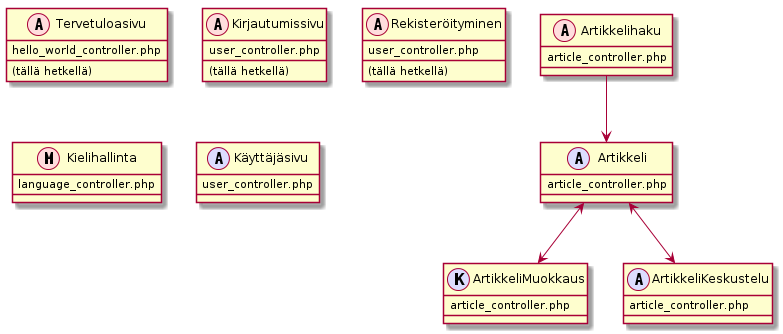
Earlier version of the PlantUML export doc/imgs/kjkmp.png (Hansuzu/Tsoha-Bootstrap). Source of this version:
```plantuml
@startuml



class Tervetuloasivu << (A,#FFDDDD) >> {
    hello_world_controller.php
    (tällä hetkellä)
}

class Kirjautumissivu << (A,#FFDDDD) >> {
    user_controller.php
    (tällä hetkellä)
}

class Rekisteröityminen << (A,#FFDDDD) >> {
    user_controller.php
    (tällä hetkellä)
}

class Artikkelihaku << (A,#FFDDDD)  >> {
    article_controller.php
}

class Artikkeli << (A,#DDDDFF) >> {
    article_controller.php
}
class ArtikkeliMuokkaus  << (K,#DDDDFF) >>  {
    article_controller.php
}
class ArtikkeliKeskustelu  << (A,#DDDDFF) >>  {
    article_controller.php
}
class Kielihallinta  << (M,#FFDDDD) >> {
    language_controller.php
}

class Käyttäjäsivu << (A,#DDDDFF) >> {
    user_controller.php
}

Artikkelihaku --> Artikkeli
Artikkeli <--> ArtikkeliMuokkaus
Artikkeli <--> ArtikkeliKeskustelu

@enduml
```
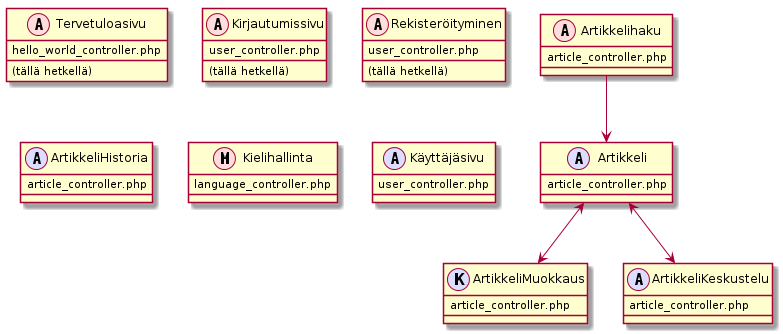
After the commit.

What changed in the source:
```diff
@@ -20,7 +20,7 @@
 class Artikkelihaku << (A,#FFDDDD)  >> {
     article_controller.php
 }
-
+Artikkelihaku --> Artikkeli
 class Artikkeli << (A,#DDDDFF) >> {
     article_controller.php
 }
@@ -30,6 +30,12 @@
 class ArtikkeliKeskustelu  << (A,#DDDDFF) >>  {
     article_controller.php
 }
+class ArtikkeliHistoria  << (A,#DDDDFF) >>  {
+    article_controller.php
+}
+Artikkeli <--> ArtikkeliMuokkaus
+Artikkeli <--> ArtikkeliKeskustelu
+
 class Kielihallinta  << (M,#FFDDDD) >> {
     language_controller.php
 }
@@ -38,8 +44,5 @@
     user_controller.php
 }
 
-Artikkelihaku --> Artikkeli
-Artikkeli <--> ArtikkeliMuokkaus
-Artikkeli <--> ArtikkeliKeskustelu
 
 @enduml
```
